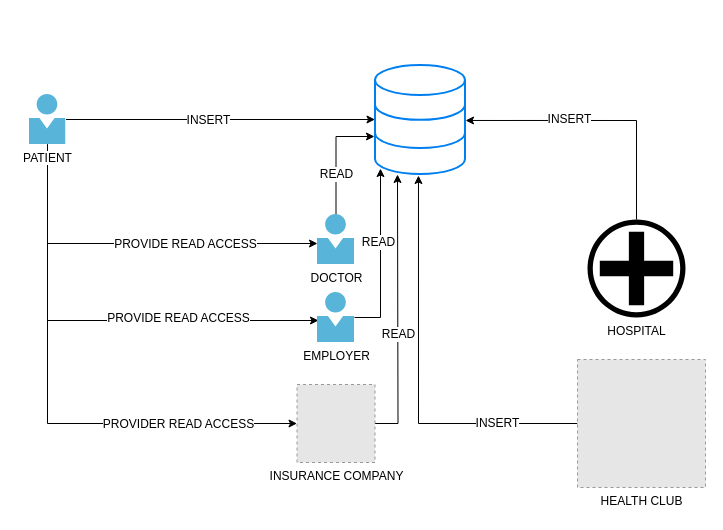
Earlier version of the draw.io diagram dataModel.drawio.xml (gioferro96/SDM-AccessControl). Source tidied: cells renumbered, new cells numbered last; positions are measured from the earlier drawing's top-left corner, leaving out a move shared by most shapes. Both pictures are drawn from the tidied source at 100%, with x=0, y=0 at pixel (29, 64). Pictures stored in the file or linked from it are replaced by grey dashed boxes.
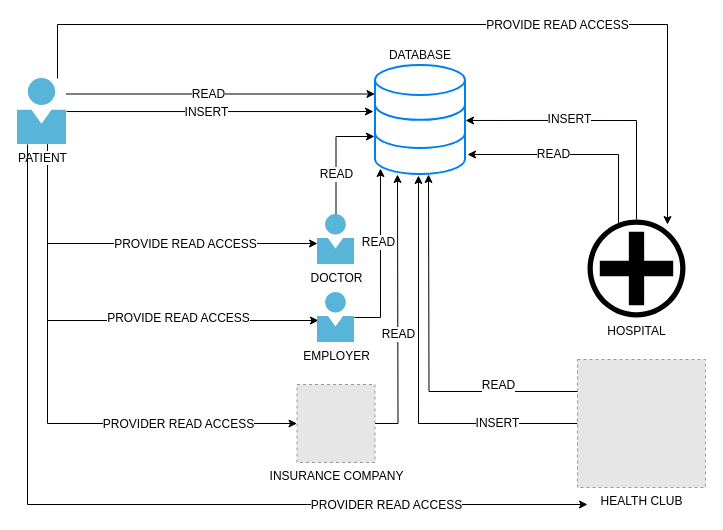
After the change.

The change refers to these unchanged cells:
```xml
<mxCell id="22" value="HOSPITAL" style="shape=mxgraph.signs.healthcare.hospital_1;html=1;fillColor=#000000;strokeColor=none;verticalLabelPosition=bottom;verticalAlign=top;align=center;" parent="1" vertex="1">
  <mxGeometry x="558" y="155" width="98" height="98" as="geometry" />
</mxCell>
<mxCell id="25" value="HEALTH CLUB" style="fillColor=#E6E6E6;strokeColor=#999999;dashed=1;html=1;verticalAlign=top;verticalLabelPosition=bottom;labelBackgroundColor=#ffffff;" parent="1" vertex="1">
  <mxGeometry x="548" y="295" width="128" height="128" as="geometry" />
</mxCell>
<mxCell id="26" style="html=1;verticalLabelPosition=bottom;align=center;labelBackgroundColor=#ffffff;verticalAlign=top;strokeWidth=2;strokeColor=#0080F0;fillColor=#ffffff;shadow=0;dashed=0;shape=mxgraph.ios7.icons.data;" parent="1" vertex="1">
  <mxGeometry x="345.5" y="0.5" width="90" height="109" as="geometry" />
</mxCell>
```

Diff of the diagram source:
```diff
@@
-    <mxCell id="2" style="edgeStyle=orthogonalEdgeStyle;rounded=0;jettySize=auto;html=1;" parent="1" edge="1" source="10" target="26">
+    <mxCell id="2" style="edgeStyle=orthogonalEdgeStyle;rounded=0;jettySize=auto;html=1;entryX=-0.017;entryY=0.427;entryDx=0;entryDy=0;entryPerimeter=0;" parent="1" edge="1" source="10" target="26">
       <mxGeometry relative="1" as="geometry" />
     </mxCell>
@@
     <mxCell id="10" value="PATIENT" style="html=1;points=[];align=center;image;fontSize=12;image=img/lib/mscae/Person.svg;" parent="1" vertex="1">
-      <mxGeometry x="-0.5" y="30" width="37" height="50" as="geometry" />
+      <mxGeometry x="-12" y="14" width="49" height="66" as="geometry" />
     </mxCell>
@@
+    <mxCell id="27" style="edgeStyle=orthogonalEdgeStyle;rounded=0;orthogonalLoop=1;jettySize=auto;html=1;" parent="1" edge="1">
+      <mxGeometry relative="1" as="geometry">
+        <mxPoint x="36.5" y="29.5" as="sourcePoint" />
+        <mxPoint x="345.5" y="29.5" as="targetPoint" />
+      </mxGeometry>
+    </mxCell>
+    <mxCell id="28" value="READ" style="text;html=1;align=center;verticalAlign=middle;labelBackgroundColor=#ffffff;" parent="27" vertex="1">
+      <mxGeometry x="0.28" relative="1" as="geometry">
+        <mxPoint x="-56.5" as="offset" />
+      </mxGeometry>
+    </mxCell>
+    <mxCell id="29" style="edgeStyle=orthogonalEdgeStyle;rounded=0;jettySize=auto;html=1;exitX=0;exitY=0.25;exitDx=0;exitDy=0;" parent="1" edge="1" source="25">
+      <mxGeometry relative="1" as="geometry">
+        <mxPoint x="399" y="110" as="targetPoint" />
+      </mxGeometry>
+    </mxCell>
+    <mxCell id="30" value="READ" style="text;html=1;align=center;verticalAlign=middle;labelBackgroundColor=#ffffff;" parent="29" vertex="1">
+      <mxGeometry x="0.03" y="-3" relative="1" as="geometry">
+        <mxPoint x="66" y="33" as="offset" />
+      </mxGeometry>
+    </mxCell>
+    <mxCell id="31" style="edgeStyle=orthogonalEdgeStyle;rounded=0;jettySize=auto;html=1;exitX=0.337;exitY=0.061;exitDx=0;exitDy=0;exitPerimeter=0;" parent="1" edge="1" source="22">
+      <mxGeometry relative="1" as="geometry">
+        <mxPoint x="438" y="90" as="targetPoint" />
+        <Array as="points">
+          <mxPoint x="589" y="161" />
+          <mxPoint x="589" y="90" />
+        </Array>
+      </mxGeometry>
+    </mxCell>
+    <mxCell id="32" value="READ" style="text;html=1;align=center;verticalAlign=middle;labelBackgroundColor=#ffffff;" parent="31" vertex="1">
+      <mxGeometry x="0.24" y="-1" relative="1" as="geometry" />
+    </mxCell>
+    <mxCell id="33" style="edgeStyle=orthogonalEdgeStyle;rounded=0;jettySize=auto;html=1;" parent="1" edge="1" source="10">
+      <mxGeometry relative="1" as="geometry">
+        <mxPoint x="638" y="160" as="targetPoint" />
+        <Array as="points">
+          <mxPoint x="28" y="-40" />
+          <mxPoint x="638" y="-40" />
+        </Array>
+      </mxGeometry>
+    </mxCell>
+    <mxCell id="34" value="PROVIDE READ ACCESS" style="text;html=1;align=center;verticalAlign=middle;labelBackgroundColor=#ffffff;" parent="33" vertex="1">
+      <mxGeometry x="0.28" relative="1" as="geometry" />
+    </mxCell>
+    <mxCell id="35" style="edgeStyle=orthogonalEdgeStyle;rounded=0;jettySize=auto;html=1;" parent="1" edge="1" source="10">
+      <mxGeometry relative="1" as="geometry">
+        <mxPoint x="558" y="440" as="targetPoint" />
+        <Array as="points">
+          <mxPoint x="-2" y="440" />
+          <mxPoint x="278" y="440" />
+        </Array>
+      </mxGeometry>
+    </mxCell>
+    <mxCell id="36" value="PROVIDER READ ACCESS" style="text;html=1;align=center;verticalAlign=middle;labelBackgroundColor=#ffffff;" parent="35" vertex="1">
+      <mxGeometry x="0.58" y="-2" relative="1" as="geometry">
+        <mxPoint x="-9" y="-2" as="offset" />
+      </mxGeometry>
+    </mxCell>
+    <mxCell id="37" value="DATABASE" style="text;html=1;strokeColor=none;fillColor=none;align=center;verticalAlign=middle;whiteSpace=wrap;rounded=0;" parent="1" vertex="1">
+      <mxGeometry x="370.5" y="-19.5" width="40" height="20" as="geometry" />
+    </mxCell>
```
